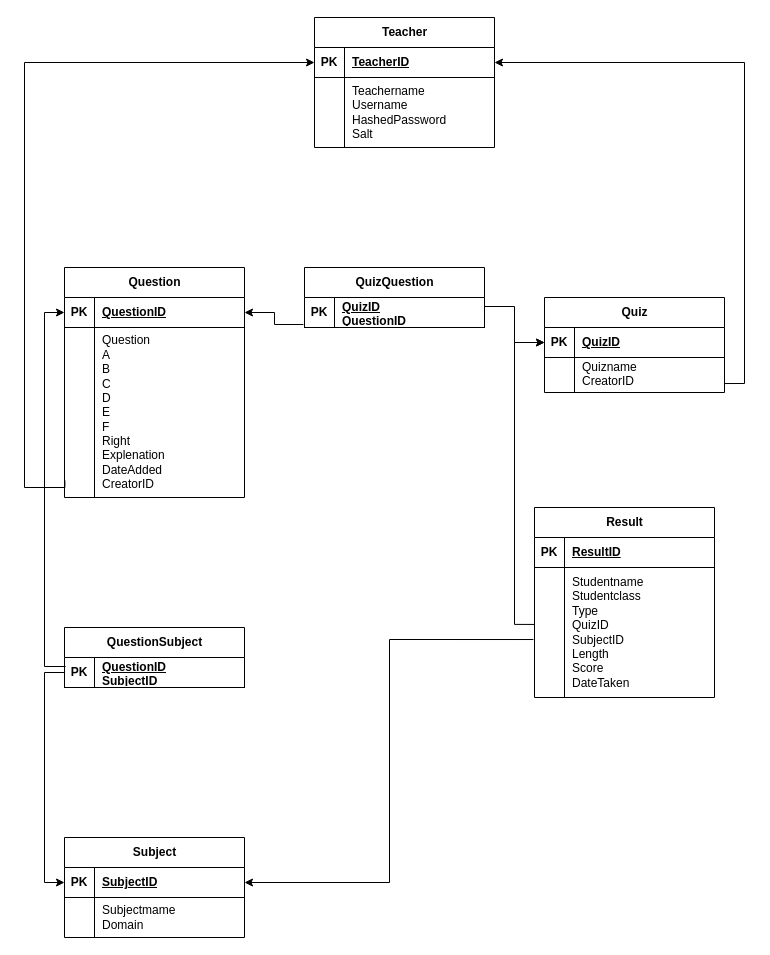
hartrocker/MultipleChoiceQuizer keeps this draw.io diagram as models/MCQuizer relational model.drawio. Above is the earlier version. Source tidied: cells renumbered, new cells numbered last; positions are measured from the earlier drawing's top-left corner, leaving out a move shared by most shapes. Both pictures are drawn from the tidied source at 100%, with x=0, y=0 at pixel (24, 17).
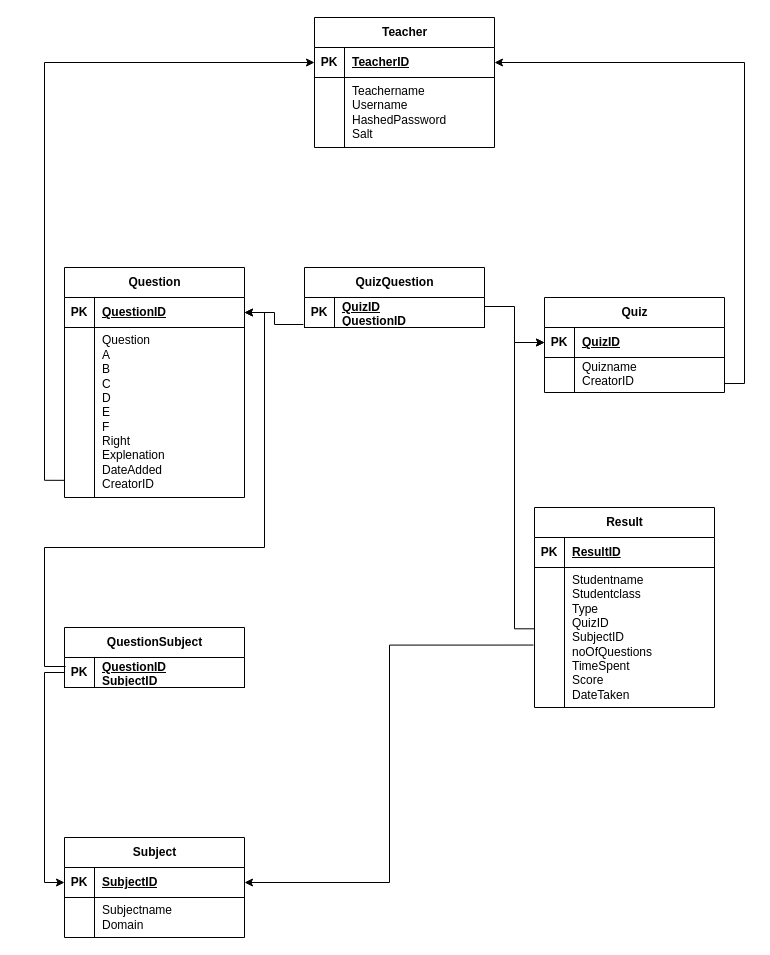
Above is the later version.

Unchanged cells that the change refers to:
```xml
<mxCell id="3" style="shape=tableRow;horizontal=0;startSize=0;swimlaneHead=0;swimlaneBody=0;fillColor=none;points=[[0,0.5],[1,0.5]];portConstraint=eastwest;top=0;left=0;right=0;bottom=1;" parent="2" vertex="1">
  <mxGeometry y="30" width="180" height="30" as="geometry" />
</mxCell>
<mxCell id="6" style="shape=tableRow;horizontal=0;startSize=0;swimlaneHead=0;swimlaneBody=0;fillColor=none;points=[[0,0.5],[1,0.5]];portConstraint=eastwest;top=0;left=0;right=0;bottom=0;" parent="2" vertex="1">
  <mxGeometry y="60" width="180" height="170" as="geometry" />
</mxCell>
<mxCell id="13" style="shape=tableRow;horizontal=0;startSize=0;swimlaneHead=0;swimlaneBody=0;fillColor=none;top=0;left=0;right=0;bottom=0;" parent="9" vertex="1">
  <mxGeometry y="60" width="180" height="40" as="geometry" />
</mxCell>
<mxCell id="25" style="shape=tableRow;horizontal=0;startSize=0;swimlaneHead=0;swimlaneBody=0;fillColor=none;points=[[0,0.5],[1,0.5]];portConstraint=eastwest;top=0;left=0;right=0;bottom=1;" parent="24" vertex="1">
  <mxGeometry y="30" width="180" height="30" as="geometry" />
</mxCell>
<mxCell id="33" style="shape=tableRow;horizontal=0;startSize=0;swimlaneHead=0;swimlaneBody=0;fillColor=none;points=[[0,0.5],[1,0.5]];portConstraint=eastwest;top=0;left=0;right=0;bottom=1;" parent="32" vertex="1">
  <mxGeometry y="30" width="180" height="30" as="geometry" />
</mxCell>
```

What changed in the source:
```diff
@@
-    <mxCell id="15" value="&lt;div&gt;Subjectmame&lt;/div&gt;&lt;div&gt;Domain&lt;/div&gt;" style="shape=partialRectangle;fillColor=none;top=0;left=0;bottom=0;right=0;align=left;spacingLeft=6;overflow=hidden;whiteSpace=wrap;html=1;" parent="13" vertex="1">
+    <mxCell id="15" value="&lt;div&gt;Subjectname&lt;/div&gt;&lt;div&gt;Domain&lt;/div&gt;" style="shape=partialRectangle;fillColor=none;top=0;left=0;bottom=0;right=0;align=left;spacingLeft=6;overflow=hidden;whiteSpace=wrap;html=1;" parent="13" vertex="1">
       <mxGeometry x="30" width="150" height="40" as="geometry" />
     </mxCell>
@@
-    <mxCell id="41" style="edgeStyle=orthogonalEdgeStyle;rounded=0;jettySize=auto;html=1;exitX=0.006;exitY=0.3;exitDx=0;exitDy=0;defaultLabelBackgroundColor=page;labelPadding=0 4;entryX=0;entryY=0.5;entryDx=0;entryDy=0;exitPerimeter=0;" parent="1" edge="1" source="25" target="3">
-      <mxGeometry x="-0.01" relative="1" as="geometry" />
+    <mxCell id="41" style="edgeStyle=orthogonalEdgeStyle;rounded=0;jettySize=auto;html=1;exitX=0.006;exitY=0.3;exitDx=0;exitDy=0;defaultLabelBackgroundColor=page;labelPadding=0 4;entryX=1;entryY=0.5;entryDx=0;entryDy=0;exitPerimeter=0;" parent="1" edge="1" source="25" target="3">
+      <mxGeometry x="-0.37" relative="1" as="geometry">
+        <Array as="points">
+          <mxPoint x="20" y="649" />
+          <mxPoint x="20" y="530" />
+          <mxPoint x="240" y="530" />
+          <mxPoint x="240" y="295" />
+        </Array>
+      </mxGeometry>
     </mxCell>
@@
     <mxCell id="43" value="Result" style="shape=table;startSize=30;childLayout=tableLayout;rowLines=0;fontStyle=1;align=center;html=1;" parent="1" vertex="1">
-      <mxGeometry x="510" y="490" width="180" height="190" as="geometry" />
+      <mxGeometry x="510" y="490" width="180" height="200" as="geometry" />
     </mxCell>
@@
     <mxCell id="47" style="shape=tableRow;horizontal=0;startSize=0;swimlaneHead=0;swimlaneBody=0;fillColor=none;points=[[0,0.5],[1,0.5]];portConstraint=eastwest;top=0;left=0;right=0;bottom=0;" parent="43" vertex="1">
-      <mxGeometry y="60" width="180" height="130" as="geometry" />
+      <mxGeometry y="60" width="180" height="140" as="geometry" />
     </mxCell>
     <mxCell id="48" style="shape=partialRectangle;fillColor=none;top=0;left=0;bottom=0;right=0;overflow=hidden;whiteSpace=wrap;html=1;" parent="47" vertex="1">
-      <mxGeometry width="30" height="130" as="geometry" />
+      <mxGeometry width="30" height="140" as="geometry" />
     </mxCell>
-    <mxCell id="49" value="&lt;div&gt;Studentname&lt;/div&gt;&lt;div&gt;Studentclass&lt;/div&gt;&lt;div&gt;Type&lt;/div&gt;&lt;div&gt;QuizID&lt;/div&gt;&lt;div&gt;SubjectID&lt;/div&gt;&lt;div&gt;Length&lt;/div&gt;&lt;div&gt;Score&lt;/div&gt;&lt;div&gt;DateTaken&lt;/div&gt;" style="shape=partialRectangle;fillColor=none;top=0;left=0;bottom=0;right=0;align=left;spacingLeft=6;overflow=hidden;whiteSpace=wrap;html=1;" parent="47" vertex="1">
-      <mxGeometry x="30" width="150" height="130" as="geometry" />
+    <mxCell id="49" value="&lt;div&gt;Studentname&lt;/div&gt;&lt;div&gt;Studentclass&lt;/div&gt;&lt;div&gt;Type&lt;/div&gt;&lt;div&gt;QuizID&lt;/div&gt;&lt;div&gt;SubjectID&lt;/div&gt;&lt;div&gt;noOfQuestions&lt;/div&gt;&lt;div&gt;TimeSpent&lt;/div&gt;&lt;div&gt;Score&lt;/div&gt;&lt;div&gt;DateTaken&lt;/div&gt;" style="shape=partialRectangle;fillColor=none;top=0;left=0;bottom=0;right=0;align=left;spacingLeft=6;overflow=hidden;whiteSpace=wrap;html=1;" parent="47" vertex="1">
+      <mxGeometry x="30" width="150" height="140" as="geometry" />
     </mxCell>
@@
     <mxCell id="52" style="edgeStyle=orthogonalEdgeStyle;rounded=0;jettySize=auto;html=1;exitX=0.002;exitY=0.899;exitDx=0;exitDy=0;entryX=0;entryY=0.5;entryDx=0;entryDy=0;defaultLabelBackgroundColor=page;labelPadding=0 4;exitPerimeter=0;" parent="1" edge="1" source="6" target="33">
-      <mxGeometry x="0.1" relative="1" as="geometry">
-        <Array as="points">
-          <mxPoint x="40.4" y="470" />
-          <mxPoint y="470" />
-          <mxPoint y="45" />
-        </Array>
-      </mxGeometry>
+      <mxGeometry x="0.08" relative="1" as="geometry" />
     </mxCell>
```
